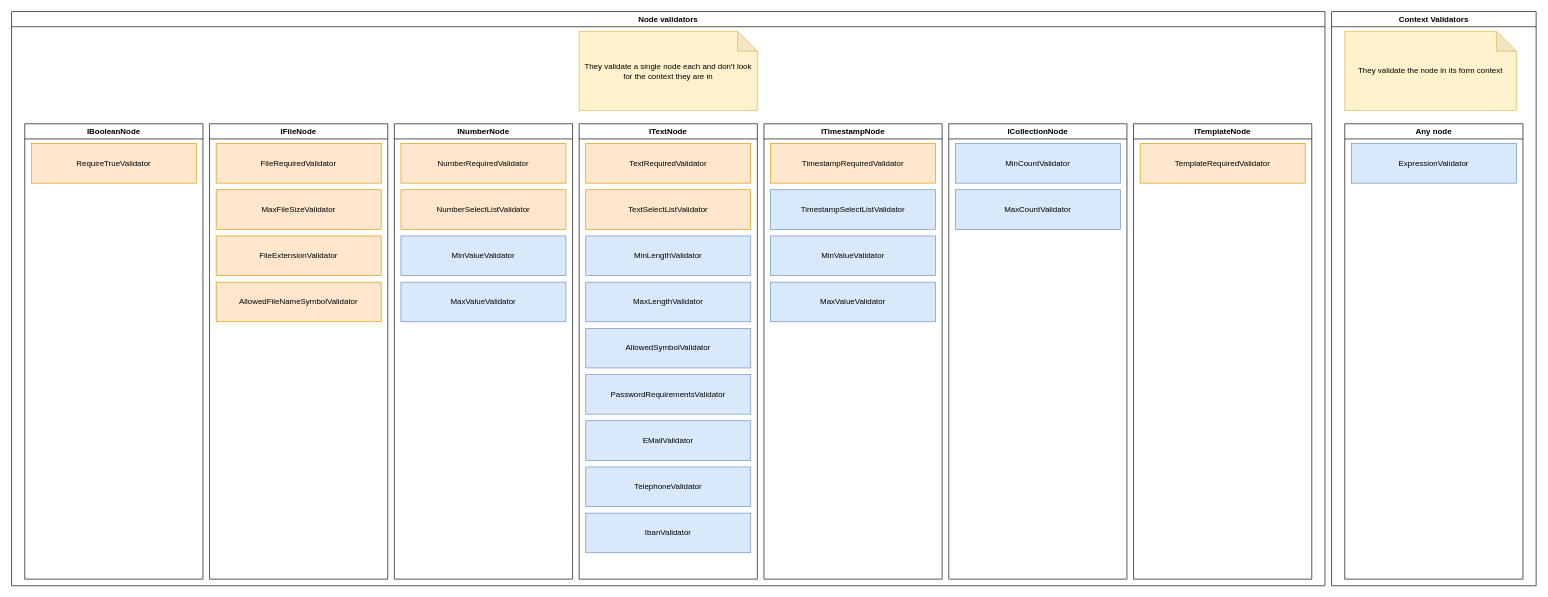
This is doc/forms-concept/validators.drawio from RGXStorm281/common, a draw.io file, before an edit. Source tidied: cells renumbered, new cells numbered last; positions are measured from the earlier drawing's top-left corner, leaving out a move shared by most shapes. Both pictures are drawn from the tidied source at 66%, with x=0, y=0 at pixel (11, 11).
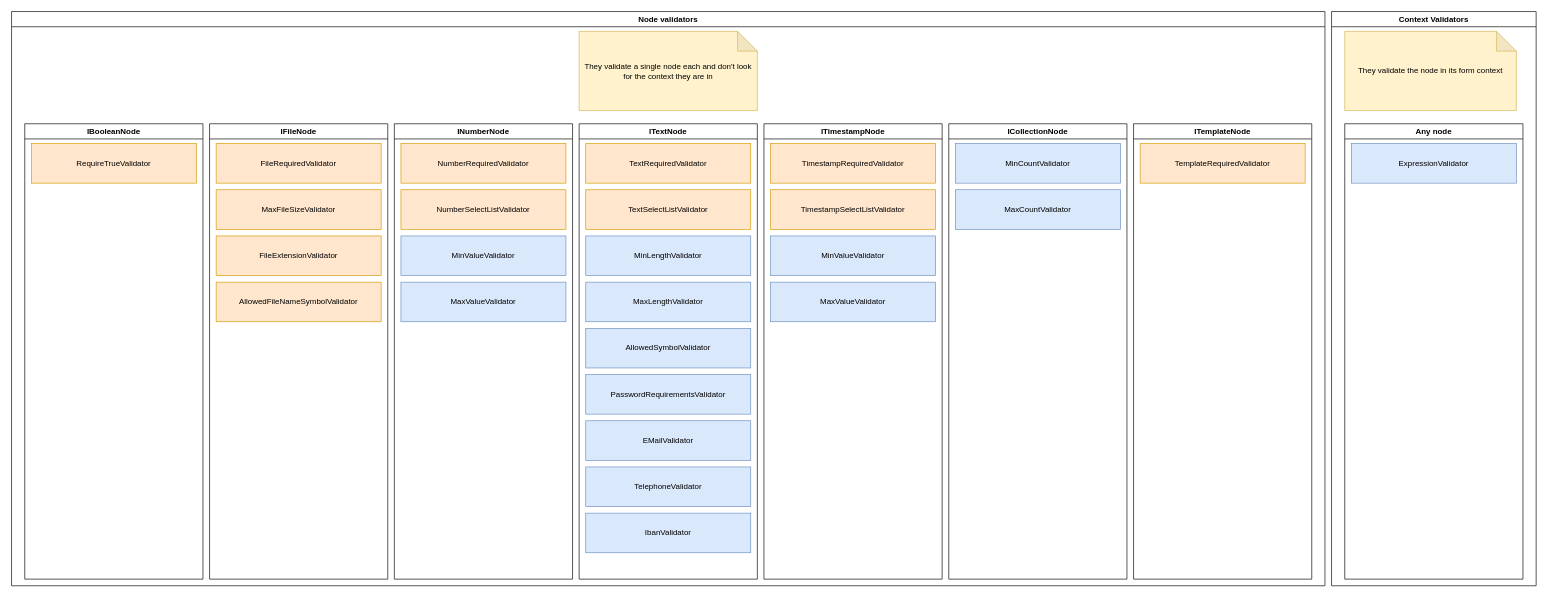
After the change.

Unchanged cells that the change refers to:
```xml
<mxCell id="26" value="ITimestampNode" style="swimlane;whiteSpace=wrap;html=1;" parent="2" vertex="1">
  <mxGeometry x="1140" y="170" width="270" height="690" as="geometry" />
</mxCell>
```

The edit, as a diff of the source:
```diff
@@
-    <mxCell id="30" value="TimestampSelectListValidator" style="rounded=0;whiteSpace=wrap;html=1;fillColor=#dae8fc;strokeColor=#6c8ebf;" parent="26" vertex="1">
+    <mxCell id="30" value="TimestampSelectListValidator" style="rounded=0;whiteSpace=wrap;html=1;fillColor=#ffe6cc;strokeColor=#d79b00;" parent="26" vertex="1">
       <mxGeometry x="10" y="100" width="250" height="60" as="geometry" />
     </mxCell>
```
